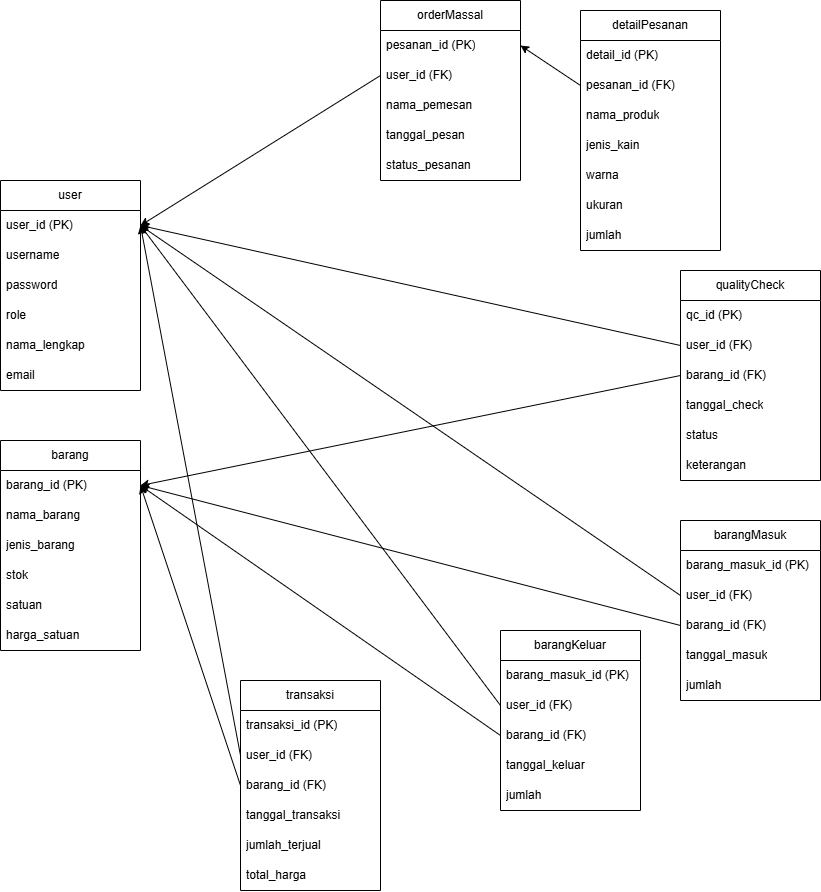
This is erd.drawio.png from ridwanbdr/capstone-project, a draw.io export, as it was before one commit. Source tidied: cells renumbered, new cells last; positions are measured from the earlier drawing's top-left corner, leaving out a move shared by most shapes.
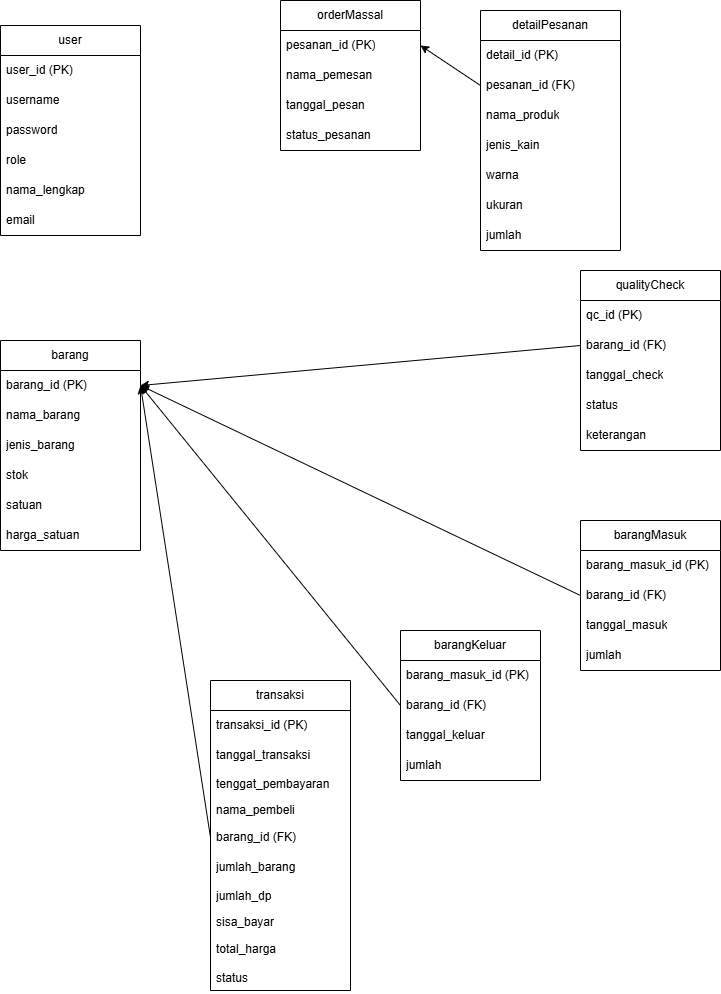
The same file after the commit.

What changed in the source:
```diff
@@ -3,7 +3,7 @@
     <mxCell id="0" />
     <mxCell id="1" parent="0" />
     <mxCell id="2" value="user" style="swimlane;fontStyle=0;horizontal=1;startSize=30;whiteSpace=wrap;html=1;" parent="1" vertex="1">
-      <mxGeometry y="180" width="140" height="210" as="geometry" />
+      <mxGeometry x="100" y="25" width="140" height="210" as="geometry" />
     </mxCell>
     <mxCell id="3" value="user_id (PK)" style="text;strokeColor=none;fillColor=none;align=left;verticalAlign=middle;spacingLeft=4;spacingRight=4;overflow=hidden;points=[[0,0.5],[1,0.5]];portConstraint=eastwest;whiteSpace=wrap;html=1;" parent="2" vertex="1">
       <mxGeometry y="30" width="140" height="30" as="geometry" />
@@ -24,7 +24,7 @@
       <mxGeometry y="180" width="140" height="30" as="geometry" />
     </mxCell>
     <mxCell id="9" value="barang" style="swimlane;fontStyle=0;horizontal=1;startSize=30;whiteSpace=wrap;html=1;" parent="1" vertex="1">
-      <mxGeometry y="440" width="140" height="210" as="geometry" />
+      <mxGeometry x="100" y="340" width="140" height="210" as="geometry" />
     </mxCell>
     <mxCell id="10" value="barang_id (PK)" style="text;strokeColor=none;fillColor=none;align=left;verticalAlign=middle;spacingLeft=4;spacingRight=4;overflow=hidden;points=[[0,0.5],[1,0.5]];portConstraint=eastwest;whiteSpace=wrap;html=1;" parent="9" vertex="1">
       <mxGeometry y="30" width="140" height="30" as="geometry" />
@@ -45,79 +45,67 @@
       <mxGeometry y="180" width="140" height="30" as="geometry" />
     </mxCell>
     <mxCell id="16" value="barangMasuk" style="swimlane;fontStyle=0;horizontal=1;startSize=30;whiteSpace=wrap;html=1;" parent="1" vertex="1">
-      <mxGeometry x="680" y="520" width="140" height="180" as="geometry" />
+      <mxGeometry x="680" y="520" width="140" height="150" as="geometry" />
     </mxCell>
     <mxCell id="17" value="barang_masuk_id (PK)" style="text;strokeColor=none;fillColor=none;align=left;verticalAlign=middle;spacingLeft=4;spacingRight=4;overflow=hidden;whiteSpace=wrap;html=1;" parent="16" vertex="1">
       <mxGeometry y="30" width="140" height="30" as="geometry" />
     </mxCell>
-    <mxCell id="18" value="user_id (FK)" style="text;strokeColor=none;fillColor=none;align=left;verticalAlign=middle;spacingLeft=4;spacingRight=4;overflow=hidden;points=[[0,0.5],[1,0.5]];portConstraint=eastwest;whiteSpace=wrap;html=1;" parent="16" vertex="1">
-      <mxGeometry y="60" width="140" height="30" as="geometry" />
-    </mxCell>
     <mxCell id="19" value="&lt;span style=&quot;color: rgb(0, 0, 0);&quot;&gt;barang_id (FK)&lt;/span&gt;" style="text;strokeColor=none;fillColor=none;align=left;verticalAlign=middle;spacingLeft=4;spacingRight=4;overflow=hidden;points=[[0,0.5],[1,0.5]];portConstraint=eastwest;whiteSpace=wrap;html=1;" parent="16" vertex="1">
-      <mxGeometry y="90" width="140" height="30" as="geometry" />
+      <mxGeometry y="60" width="140" height="30" as="geometry" />
     </mxCell>
     <mxCell id="20" value="tanggal_masuk" style="text;strokeColor=none;fillColor=none;align=left;verticalAlign=middle;spacingLeft=4;spacingRight=4;overflow=hidden;whiteSpace=wrap;html=1;" parent="16" vertex="1">
-      <mxGeometry y="120" width="140" height="30" as="geometry" />
+      <mxGeometry y="90" width="140" height="30" as="geometry" />
     </mxCell>
     <mxCell id="21" value="jumlah" style="text;strokeColor=none;fillColor=none;align=left;verticalAlign=middle;spacingLeft=4;spacingRight=4;overflow=hidden;whiteSpace=wrap;html=1;" parent="16" vertex="1">
-      <mxGeometry y="150" width="140" height="30" as="geometry" />
+      <mxGeometry y="120" width="140" height="30" as="geometry" />
     </mxCell>
     <mxCell id="22" value="barangKeluar" style="swimlane;fontStyle=0;horizontal=1;startSize=30;whiteSpace=wrap;html=1;" parent="1" vertex="1">
-      <mxGeometry x="500" y="630" width="140" height="180" as="geometry" />
+      <mxGeometry x="500" y="630" width="140" height="150" as="geometry" />
     </mxCell>
     <mxCell id="23" value="barang_masuk_id (PK)" style="text;strokeColor=none;fillColor=none;align=left;verticalAlign=middle;spacingLeft=4;spacingRight=4;overflow=hidden;whiteSpace=wrap;html=1;" parent="22" vertex="1">
       <mxGeometry y="30" width="140" height="30" as="geometry" />
     </mxCell>
-    <mxCell id="24" value="user_id (FK)" style="text;strokeColor=none;fillColor=none;align=left;verticalAlign=middle;spacingLeft=4;spacingRight=4;overflow=hidden;points=[[0,0.5],[1,0.5]];portConstraint=eastwest;whiteSpace=wrap;html=1;" parent="22" vertex="1">
-      <mxGeometry y="60" width="140" height="30" as="geometry" />
-    </mxCell>
     <mxCell id="25" value="&lt;span style=&quot;color: rgb(0, 0, 0);&quot;&gt;barang_id (FK)&lt;/span&gt;" style="text;strokeColor=none;fillColor=none;align=left;verticalAlign=middle;spacingLeft=4;spacingRight=4;overflow=hidden;points=[[0,0.5],[1,0.5]];portConstraint=eastwest;whiteSpace=wrap;html=1;" parent="22" vertex="1">
-      <mxGeometry y="90" width="140" height="30" as="geometry" />
+      <mxGeometry y="60" width="140" height="30" as="geometry" />
     </mxCell>
     <mxCell id="26" value="tanggal_keluar" style="text;strokeColor=none;fillColor=none;align=left;verticalAlign=middle;spacingLeft=4;spacingRight=4;overflow=hidden;whiteSpace=wrap;html=1;" parent="22" vertex="1">
-      <mxGeometry y="120" width="140" height="30" as="geometry" />
+      <mxGeometry y="90" width="140" height="30" as="geometry" />
     </mxCell>
     <mxCell id="27" value="jumlah" style="text;strokeColor=none;fillColor=none;align=left;verticalAlign=middle;spacingLeft=4;spacingRight=4;overflow=hidden;whiteSpace=wrap;html=1;" parent="22" vertex="1">
-      <mxGeometry y="150" width="140" height="30" as="geometry" />
+      <mxGeometry y="120" width="140" height="30" as="geometry" />
     </mxCell>
     <mxCell id="28" value="qualityCheck" style="swimlane;fontStyle=0;horizontal=1;startSize=30;whiteSpace=wrap;html=1;" parent="1" vertex="1">
-      <mxGeometry x="680" y="270" width="140" height="210" as="geometry" />
+      <mxGeometry x="680" y="270" width="140" height="180" as="geometry" />
     </mxCell>
     <mxCell id="29" value="qc_id (PK)" style="text;strokeColor=none;fillColor=none;align=left;verticalAlign=middle;spacingLeft=4;spacingRight=4;overflow=hidden;whiteSpace=wrap;html=1;" parent="28" vertex="1">
       <mxGeometry y="30" width="140" height="30" as="geometry" />
     </mxCell>
-    <mxCell id="30" value="user_id (FK)" style="text;strokeColor=none;fillColor=none;align=left;verticalAlign=middle;spacingLeft=4;spacingRight=4;overflow=hidden;points=[[0,0.5],[1,0.5]];portConstraint=eastwest;whiteSpace=wrap;html=1;" parent="28" vertex="1">
-      <mxGeometry y="60" width="140" height="30" as="geometry" />
-    </mxCell>
     <mxCell id="31" value="&lt;span style=&quot;color: rgb(0, 0, 0);&quot;&gt;barang_id (FK)&lt;/span&gt;" style="text;strokeColor=none;fillColor=none;align=left;verticalAlign=middle;spacingLeft=4;spacingRight=4;overflow=hidden;points=[[0,0.5],[1,0.5]];portConstraint=eastwest;whiteSpace=wrap;html=1;" parent="28" vertex="1">
-      <mxGeometry y="90" width="140" height="30" as="geometry" />
+      <mxGeometry y="60" width="140" height="30" as="geometry" />
     </mxCell>
     <mxCell id="32" value="tanggal_check" style="text;strokeColor=none;fillColor=none;align=left;verticalAlign=middle;spacingLeft=4;spacingRight=4;overflow=hidden;whiteSpace=wrap;html=1;" parent="28" vertex="1">
-      <mxGeometry y="120" width="140" height="30" as="geometry" />
+      <mxGeometry y="90" width="140" height="30" as="geometry" />
     </mxCell>
     <mxCell id="33" value="status" style="text;strokeColor=none;fillColor=none;align=left;verticalAlign=middle;spacingLeft=4;spacingRight=4;overflow=hidden;whiteSpace=wrap;html=1;" parent="28" vertex="1">
-      <mxGeometry y="150" width="140" height="30" as="geometry" />
+      <mxGeometry y="120" width="140" height="30" as="geometry" />
     </mxCell>
     <mxCell id="34" value="keterangan" style="text;strokeColor=none;fillColor=none;align=left;verticalAlign=middle;spacingLeft=4;spacingRight=4;overflow=hidden;whiteSpace=wrap;html=1;" parent="28" vertex="1">
-      <mxGeometry y="180" width="140" height="30" as="geometry" />
+      <mxGeometry y="150" width="140" height="30" as="geometry" />
     </mxCell>
     <mxCell id="35" value="orderMassal" style="swimlane;fontStyle=0;horizontal=1;startSize=30;whiteSpace=wrap;html=1;" parent="1" vertex="1">
-      <mxGeometry x="380" width="140" height="180" as="geometry" />
+      <mxGeometry x="380" width="140" height="150" as="geometry" />
     </mxCell>
     <mxCell id="36" value="pesanan_id (PK)" style="text;strokeColor=none;fillColor=none;align=left;verticalAlign=middle;spacingLeft=4;spacingRight=4;overflow=hidden;points=[[0,0.5],[1,0.5]];portConstraint=eastwest;whiteSpace=wrap;html=1;" parent="35" vertex="1">
       <mxGeometry y="30" width="140" height="30" as="geometry" />
     </mxCell>
-    <mxCell id="37" value="user_id (FK)" style="text;strokeColor=none;fillColor=none;align=left;verticalAlign=middle;spacingLeft=4;spacingRight=4;overflow=hidden;points=[[0,0.5],[1,0.5]];portConstraint=eastwest;whiteSpace=wrap;html=1;" parent="35" vertex="1">
-      <mxGeometry y="60" width="140" height="30" as="geometry" />
-    </mxCell>
     <mxCell id="38" value="nama_pemesan" style="text;strokeColor=none;fillColor=none;align=left;verticalAlign=middle;spacingLeft=4;spacingRight=4;overflow=hidden;whiteSpace=wrap;html=1;" parent="35" vertex="1">
-      <mxGeometry y="90" width="140" height="30" as="geometry" />
+      <mxGeometry y="60" width="140" height="30" as="geometry" />
     </mxCell>
     <mxCell id="39" value="tanggal_pesan" style="text;strokeColor=none;fillColor=none;align=left;verticalAlign=middle;spacingLeft=4;spacingRight=4;overflow=hidden;whiteSpace=wrap;html=1;" parent="35" vertex="1">
-      <mxGeometry y="120" width="140" height="30" as="geometry" />
+      <mxGeometry y="90" width="140" height="30" as="geometry" />
     </mxCell>
     <mxCell id="40" value="status_pesanan" style="text;strokeColor=none;fillColor=none;align=left;verticalAlign=middle;spacingLeft=4;spacingRight=4;overflow=hidden;whiteSpace=wrap;html=1;" parent="35" vertex="1">
-      <mxGeometry y="150" width="140" height="30" as="geometry" />
+      <mxGeometry y="120" width="140" height="30" as="geometry" />
     </mxCell>
     <mxCell id="41" value="detailPesanan" style="swimlane;fontStyle=0;horizontal=1;startSize=30;whiteSpace=wrap;html=1;" parent="1" vertex="1">
       <mxGeometry x="580" y="10" width="140" height="240" as="geometry" />
@@ -144,55 +132,52 @@
       <mxGeometry y="210" width="140" height="30" as="geometry" />
     </mxCell>
     <mxCell id="49" value="transaksi" style="swimlane;fontStyle=0;horizontal=1;startSize=30;whiteSpace=wrap;html=1;" parent="1" vertex="1">
-      <mxGeometry x="240" y="680" width="140" height="210" as="geometry" />
+      <mxGeometry x="310" y="680" width="140" height="310" as="geometry" />
     </mxCell>
     <mxCell id="50" value="transaksi_id (PK)" style="text;strokeColor=none;fillColor=none;align=left;verticalAlign=middle;spacingLeft=4;spacingRight=4;overflow=hidden;whiteSpace=wrap;html=1;" parent="49" vertex="1">
       <mxGeometry y="30" width="140" height="30" as="geometry" />
     </mxCell>
-    <mxCell id="51" value="user_id (FK)" style="text;strokeColor=none;fillColor=none;align=left;verticalAlign=middle;spacingLeft=4;spacingRight=4;overflow=hidden;points=[[0,0.5],[1,0.5]];portConstraint=eastwest;whiteSpace=wrap;html=1;" parent="49" vertex="1">
-      <mxGeometry y="60" width="140" height="30" as="geometry" />
-    </mxCell>
+    <mxCell id="53" value="tanggal_transaksi" style="text;strokeColor=none;fillColor=none;align=left;verticalAlign=middle;spacingLeft=4;spacingRight=4;overflow=hidden;whiteSpace=wrap;html=1;" parent="49" vertex="1">
+      <mxGeometry y="60" width="140" height="30" as="geometry" />
+    </mxCell>
+    <mxCell id="66" value="tenggat_pembayaran" style="text;strokeColor=none;fillColor=none;align=left;verticalAlign=top;spacingLeft=4;spacingRight=4;overflow=hidden;whiteSpace=wrap;html=1;" parent="49" vertex="1">
+      <mxGeometry y="90" width="140" height="26" as="geometry" />
+    </mxCell>
+    <mxCell id="67" value="nama_pembeli" style="text;strokeColor=none;fillColor=none;align=left;verticalAlign=top;spacingLeft=4;spacingRight=4;overflow=hidden;whiteSpace=wrap;html=1;" parent="49" vertex="1">
+      <mxGeometry y="116" width="140" height="26" as="geometry" />
+    </mxCell>
     <mxCell id="52" value="barang_id (FK)" style="text;strokeColor=none;fillColor=none;align=left;verticalAlign=middle;spacingLeft=4;spacingRight=4;overflow=hidden;points=[[0,0.5],[1,0.5]];portConstraint=eastwest;whiteSpace=wrap;html=1;" parent="49" vertex="1">
-      <mxGeometry y="90" width="140" height="30" as="geometry" />
+      <mxGeometry y="142" width="140" height="30" as="geometry" />
     </mxCell>
-    <mxCell id="53" value="tanggal_transaksi" style="text;strokeColor=none;fillColor=none;align=left;verticalAlign=middle;spacingLeft=4;spacingRight=4;overflow=hidden;whiteSpace=wrap;html=1;" parent="49" vertex="1">
-      <mxGeometry y="120" width="140" height="30" as="geometry" />
-    </mxCell>
-    <mxCell id="54" value="jumlah_terjual" style="text;strokeColor=none;fillColor=none;align=left;verticalAlign=middle;spacingLeft=4;spacingRight=4;overflow=hidden;whiteSpace=wrap;html=1;" parent="49" vertex="1">
-      <mxGeometry y="150" width="140" height="30" as="geometry" />
+    <mxCell id="54" value="jumlah_barang" style="text;strokeColor=none;fillColor=none;align=left;verticalAlign=middle;spacingLeft=4;spacingRight=4;overflow=hidden;whiteSpace=wrap;html=1;" parent="49" vertex="1">
+      <mxGeometry y="172" width="140" height="30" as="geometry" />
     </mxCell>
+    <mxCell id="68" value="jumlah_dp" style="text;strokeColor=none;fillColor=none;align=left;verticalAlign=top;spacingLeft=4;spacingRight=4;overflow=hidden;whiteSpace=wrap;html=1;" parent="49" vertex="1">
+      <mxGeometry y="202" width="140" height="26" as="geometry" />
+    </mxCell>
+    <mxCell id="69" value="sisa_bayar" style="text;strokeColor=none;fillColor=none;align=left;verticalAlign=top;spacingLeft=4;spacingRight=4;overflow=hidden;whiteSpace=wrap;html=1;" parent="49" vertex="1">
+      <mxGeometry y="228" width="140" height="26" as="geometry" />
+    </mxCell>
     <mxCell id="55" value="total_harga" style="text;strokeColor=none;fillColor=none;align=left;verticalAlign=middle;spacingLeft=4;spacingRight=4;overflow=hidden;whiteSpace=wrap;html=1;" parent="49" vertex="1">
-      <mxGeometry y="180" width="140" height="30" as="geometry" />
+      <mxGeometry y="254" width="140" height="30" as="geometry" />
     </mxCell>
-    <mxCell id="56" style="html=1;exitX=0;exitY=0.5;exitDx=0;exitDy=0;entryX=1;entryY=0.5;entryDx=0;entryDy=0;" parent="1" edge="1" source="51" target="3">
-      <mxGeometry relative="1" as="geometry" />
-    </mxCell>
+    <mxCell id="70" value="status" style="text;strokeColor=none;fillColor=none;align=left;verticalAlign=top;spacingLeft=4;spacingRight=4;overflow=hidden;whiteSpace=wrap;html=1;" parent="49" vertex="1">
+      <mxGeometry y="284" width="140" height="26" as="geometry" />
+    </mxCell>
     <mxCell id="57" style="html=1;exitX=0;exitY=0.5;exitDx=0;exitDy=0;entryX=1;entryY=0.5;entryDx=0;entryDy=0;" parent="1" edge="1" source="52" target="10">
       <mxGeometry relative="1" as="geometry" />
     </mxCell>
-    <mxCell id="58" style="html=1;exitX=0;exitY=0.5;exitDx=0;exitDy=0;entryX=1;entryY=0.5;entryDx=0;entryDy=0;" parent="1" edge="1" source="24" target="3">
-      <mxGeometry relative="1" as="geometry" />
-    </mxCell>
     <mxCell id="59" style="html=1;entryX=1;entryY=0.5;entryDx=0;entryDy=0;exitX=0;exitY=0.5;exitDx=0;exitDy=0;" parent="1" edge="1" source="25" target="10">
       <mxGeometry relative="1" as="geometry" />
     </mxCell>
-    <mxCell id="60" style="html=1;exitX=0;exitY=0.5;exitDx=0;exitDy=0;entryX=1;entryY=0.5;entryDx=0;entryDy=0;" parent="1" edge="1" source="37" target="3">
-      <mxGeometry relative="1" as="geometry" />
-    </mxCell>
     <mxCell id="61" style="html=1;exitX=0;exitY=0.5;exitDx=0;exitDy=0;entryX=1;entryY=0.5;entryDx=0;entryDy=0;" parent="1" edge="1" source="43" target="36">
       <mxGeometry relative="1" as="geometry" />
     </mxCell>
-    <mxCell id="62" style="html=1;exitX=0;exitY=0.5;exitDx=0;exitDy=0;entryX=1;entryY=0.5;entryDx=0;entryDy=0;" parent="1" edge="1" source="30" target="3">
-      <mxGeometry relative="1" as="geometry" />
-    </mxCell>
     <mxCell id="63" style="html=1;exitX=0;exitY=0.5;exitDx=0;exitDy=0;entryX=1;entryY=0.5;entryDx=0;entryDy=0;" parent="1" edge="1" source="31" target="10">
       <mxGeometry relative="1" as="geometry" />
     </mxCell>
     <mxCell id="64" style="edgeStyle=none;html=1;exitX=0;exitY=0.5;exitDx=0;exitDy=0;entryX=1;entryY=0.5;entryDx=0;entryDy=0;" parent="1" edge="1" source="19" target="10">
       <mxGeometry relative="1" as="geometry" />
     </mxCell>
-    <mxCell id="65" style="edgeStyle=none;html=1;exitX=0;exitY=0.5;exitDx=0;exitDy=0;entryX=1;entryY=0.5;entryDx=0;entryDy=0;" parent="1" edge="1" source="18" target="3">
-      <mxGeometry relative="1" as="geometry" />
-    </mxCell>
   </root>
 </mxGraphModel>
```
